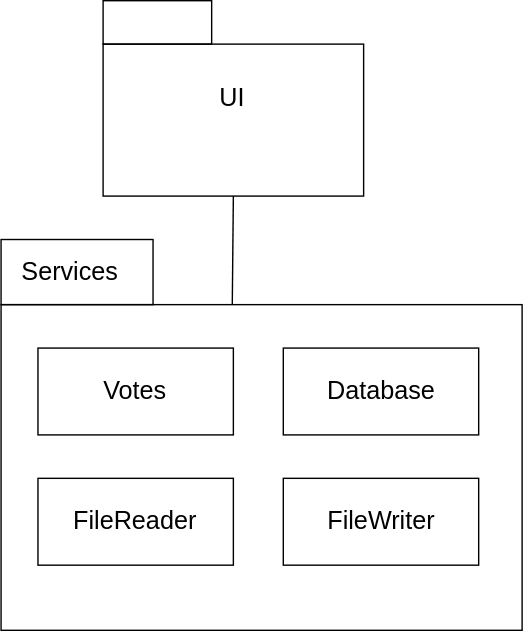
Above: harjoitustyo/dokumentaatio/luokkakaavio.svg in emigination/ot-harjoitustyo (draw.io), before the change. Source tidied: cells renumbered, new cells last; positions are measured from the earlier drawing's top-left corner, leaving out a move shared by most shapes.
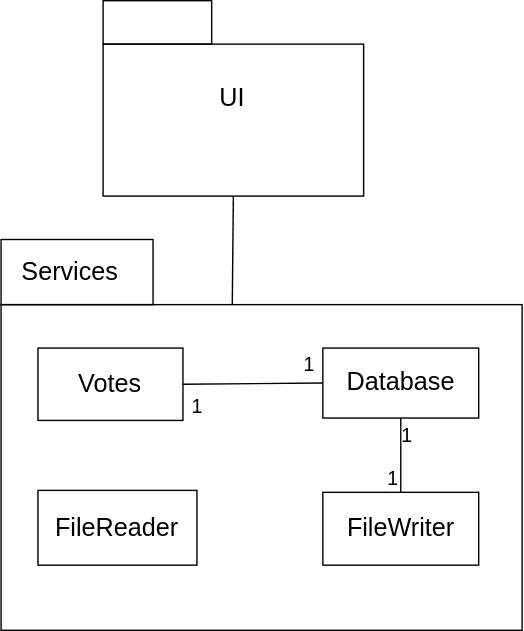
The same diagram one commit later.

Commit message:
Luokkakaavio päivitetty

Change to the diagram source:
```diff
@@ -2,68 +2,88 @@
   <root>
     <mxCell id="0" />
     <mxCell id="1" parent="0" />
-    <mxCell id="2" style="group;" parent="1" vertex="1">
-      <mxGeometry width="372.4" height="450" as="geometry" />
-    </mxCell>
-    <mxCell id="3" style="rounded=0;whiteSpace=wrap;html=1;fillColor=none;" parent="2" vertex="1">
+    <mxCell id="3" style="rounded=0;whiteSpace=wrap;html=1;fillColor=none;" parent="1" vertex="1">
       <mxGeometry y="170.7" width="108.6" height="46.6" as="geometry" />
     </mxCell>
-    <mxCell id="4" style="rounded=0;whiteSpace=wrap;html=1;fillColor=none;" parent="2" vertex="1">
+    <mxCell id="4" style="rounded=0;whiteSpace=wrap;html=1;fillColor=none;" parent="1" vertex="1">
       <mxGeometry x="72.9" y="31" width="186.2" height="108.6" as="geometry" />
     </mxCell>
-    <mxCell id="5" value="&lt;font style=&quot;font-size: 18px&quot;&gt;UI&lt;/font&gt;" style="text;html=1;strokeColor=none;fillColor=none;align=center;verticalAlign=middle;whiteSpace=wrap;rounded=0;" parent="2" vertex="1">
+    <mxCell id="5" value="&lt;font style=&quot;font-size: 18px&quot;&gt;UI&lt;/font&gt;" style="text;html=1;strokeColor=none;fillColor=none;align=center;verticalAlign=middle;whiteSpace=wrap;rounded=0;" parent="1" vertex="1">
       <mxGeometry x="119.5" y="46.6" width="93.1" height="46.6" as="geometry" />
     </mxCell>
-    <mxCell id="6" style="rounded=0;whiteSpace=wrap;html=1;fillColor=none;" parent="2" vertex="1">
+    <mxCell id="6" style="rounded=0;whiteSpace=wrap;html=1;fillColor=none;" parent="1" vertex="1">
       <mxGeometry x="72.9" width="77.6" height="31" as="geometry" />
     </mxCell>
-    <mxCell id="7" style="endArrow=none;html=1;" parent="2" edge="1">
-      <mxGeometry relative="1" as="geometry">
+    <mxCell id="7" style="endArrow=none;html=1;" parent="1" edge="1">
+      <mxGeometry x="100" y="50" as="geometry">
         <mxPoint x="165.3" y="217.2" as="sourcePoint" />
         <mxPoint x="166" y="139.7" as="targetPoint" />
       </mxGeometry>
     </mxCell>
-    <mxCell id="8" style="rounded=0;whiteSpace=wrap;html=1;fillColor=none;" parent="2" vertex="1">
-      <mxGeometry y="217.2" width="372.4" height="232.8" as="geometry" />
-    </mxCell>
-    <mxCell id="9" value="&lt;font style=&quot;font-size: 18px&quot;&gt;Services&lt;/font&gt;" style="text;html=1;strokeColor=none;fillColor=none;align=center;verticalAlign=middle;whiteSpace=wrap;rounded=0;" parent="2" vertex="1">
+    <mxCell id="9" value="&lt;font style=&quot;font-size: 18px&quot;&gt;Services&lt;/font&gt;" style="text;html=1;strokeColor=none;fillColor=none;align=center;verticalAlign=middle;whiteSpace=wrap;rounded=0;" parent="1" vertex="1">
       <mxGeometry x="3.1" y="170.7" width="93.1" height="46.6" as="geometry" />
     </mxCell>
-    <mxCell id="10" style="group;" parent="2" vertex="1">
-      <mxGeometry x="26.4" y="248.3" width="139.7" height="62.1" as="geometry" />
+    <mxCell id="10" style="group;" parent="1" vertex="1">
+      <mxGeometry x="26.4" y="248.3" width="346" height="201.7" as="geometry" />
     </mxCell>
     <mxCell id="11" style="rounded=0;whiteSpace=wrap;html=1;fillColor=none;" parent="10" vertex="1">
-      <mxGeometry width="139.7" height="62.1" as="geometry" />
+      <mxGeometry width="103.6" height="51.7" as="geometry" />
     </mxCell>
     <mxCell id="12" value="&lt;font style=&quot;font-size: 18px&quot;&gt;Votes&lt;/font&gt;" style="text;html=1;strokeColor=none;fillColor=none;align=center;verticalAlign=middle;whiteSpace=wrap;rounded=0;" parent="10" vertex="1">
-      <mxGeometry x="38.8" y="15.5" width="62.1" height="31" as="geometry" />
+      <mxGeometry x="28.8" y="12.9" width="46.1" height="25.9" as="geometry" />
     </mxCell>
-    <mxCell id="13" style="group;" parent="2" vertex="1">
-      <mxGeometry x="201.7" y="248.3" width="139.7" height="62.1" as="geometry" />
-    </mxCell>
-    <mxCell id="14" style="rounded=0;whiteSpace=wrap;html=1;fillColor=none;" parent="13" vertex="1">
-      <mxGeometry width="139.7" height="62.1" as="geometry" />
-    </mxCell>
-    <mxCell id="15" value="&lt;font style=&quot;font-size: 18px&quot;&gt;Database&lt;/font&gt;" style="text;html=1;strokeColor=none;fillColor=none;align=center;verticalAlign=middle;whiteSpace=wrap;rounded=0;" parent="13" vertex="1">
-      <mxGeometry x="38.8" y="15.5" width="62.1" height="31" as="geometry" />
-    </mxCell>
+    <mxCell id="8" style="rounded=0;whiteSpace=wrap;html=1;fillColor=none;" parent="10" vertex="1">
+      <mxGeometry x="-26.4" y="-31" width="372.4" height="232.8" as="geometry" />
+    </mxCell>
-    <mxCell id="16" style="group;" parent="2" vertex="1">
-      <mxGeometry x="26.4" y="341.4" width="139.7" height="62.1" as="geometry" />
+    <mxCell id="16" style="group;" parent="1" vertex="1">
+      <mxGeometry x="26.4" y="350" width="113.6" height="53.5" as="geometry" />
     </mxCell>
     <mxCell id="17" style="rounded=0;whiteSpace=wrap;html=1;fillColor=none;" parent="16" vertex="1">
-      <mxGeometry width="139.7" height="62.1" as="geometry" />
+      <mxGeometry width="113.6" height="53.4" as="geometry" />
     </mxCell>
     <mxCell id="18" value="&lt;font style=&quot;font-size: 18px&quot;&gt;FileReader&lt;/font&gt;" style="text;html=1;strokeColor=none;fillColor=none;align=center;verticalAlign=middle;whiteSpace=wrap;rounded=0;" parent="16" vertex="1">
-      <mxGeometry x="38.8" y="15.5" width="62.1" height="31" as="geometry" />
+      <mxGeometry x="31.6" y="13.4" width="50.5" height="26.7" as="geometry" />
     </mxCell>
-    <mxCell id="19" style="group;" parent="2" vertex="1">
-      <mxGeometry x="201.7" y="341.4" width="139.7" height="62.1" as="geometry" />
+    <mxCell id="19" style="group;" parent="1" vertex="1">
+      <mxGeometry x="230" y="341.4" width="111.4" height="62.1" as="geometry" />
     </mxCell>
     <mxCell id="20" style="rounded=0;whiteSpace=wrap;html=1;fillColor=none;" parent="19" vertex="1">
-      <mxGeometry width="139.7" height="62.1" as="geometry" />
+      <mxGeometry y="10" width="111.4" height="52.1" as="geometry" />
     </mxCell>
     <mxCell id="21" value="&lt;font style=&quot;font-size: 18px&quot;&gt;FileWriter&lt;/font&gt;" style="text;html=1;strokeColor=none;fillColor=none;align=center;verticalAlign=middle;whiteSpace=wrap;rounded=0;" parent="19" vertex="1">
-      <mxGeometry x="38.8" y="15.5" width="62.1" height="31" as="geometry" />
+      <mxGeometry x="30.9" y="20.5" width="49.5" height="31" as="geometry" />
     </mxCell>
+    <mxCell id="22" style="edgeStyle=none;rounded=0;jettySize=auto;html=1;exitX=1;exitY=0.5;exitDx=0;exitDy=0;entryX=0;entryY=0.5;entryDx=0;entryDy=0;endArrow=none;endFill=0;fontSize=14;" parent="1" edge="1" source="11" target="14">
+      <mxGeometry x="100" y="50" as="geometry" />
+    </mxCell>
+    <mxCell id="23" value="1" style="edgeLabel;html=1;align=center;verticalAlign=middle;fontSize=14;" parent="22" vertex="1">
+      <mxGeometry relative="1" as="geometry">
+        <mxPoint x="40" y="-14" as="offset" />
+      </mxGeometry>
+    </mxCell>
+    <mxCell id="24" value="1" style="edgeLabel;html=1;align=center;verticalAlign=middle;fontSize=14;" parent="22" vertex="1">
+      <mxGeometry relative="1" as="geometry">
+        <mxPoint x="-40" y="16" as="offset" />
+      </mxGeometry>
+    </mxCell>
+    <mxCell id="25" style="edgeStyle=none;rounded=0;jettySize=auto;html=1;exitX=0.5;exitY=1;exitDx=0;exitDy=0;entryX=0.5;entryY=0;entryDx=0;entryDy=0;endArrow=none;endFill=0;" parent="1" edge="1" source="14" target="20">
+      <mxGeometry relative="1" as="geometry" />
+    </mxCell>
+    <mxCell id="26" value="1" style="edgeLabel;html=1;align=center;verticalAlign=middle;fontSize=14;" parent="25" vertex="1">
+      <mxGeometry x="-0.41" y="-1" relative="1" as="geometry">
+        <mxPoint x="5" y="-4" as="offset" />
+      </mxGeometry>
+    </mxCell>
+    <mxCell id="27" value="1" style="edgeLabel;html=1;align=center;verticalAlign=middle;fontSize=14;" parent="25" vertex="1">
+      <mxGeometry x="0.61" y="4" relative="1" as="geometry">
+        <mxPoint x="-10" as="offset" />
+      </mxGeometry>
+    </mxCell>
+    <mxCell id="14" style="rounded=0;whiteSpace=wrap;html=1;fillColor=none;" parent="1" vertex="1">
+      <mxGeometry x="230" y="248.3" width="111.4" height="50" as="geometry" />
+    </mxCell>
+    <mxCell id="15" value="&lt;font style=&quot;font-size: 18px&quot;&gt;Database&lt;/font&gt;" style="text;html=1;strokeColor=none;fillColor=none;align=center;verticalAlign=middle;whiteSpace=wrap;rounded=0;" parent="1" vertex="1">
+      <mxGeometry x="260.9" y="257.8" width="49.5" height="31" as="geometry" />
+    </mxCell>
   </root>
 </mxGraphModel>
```
